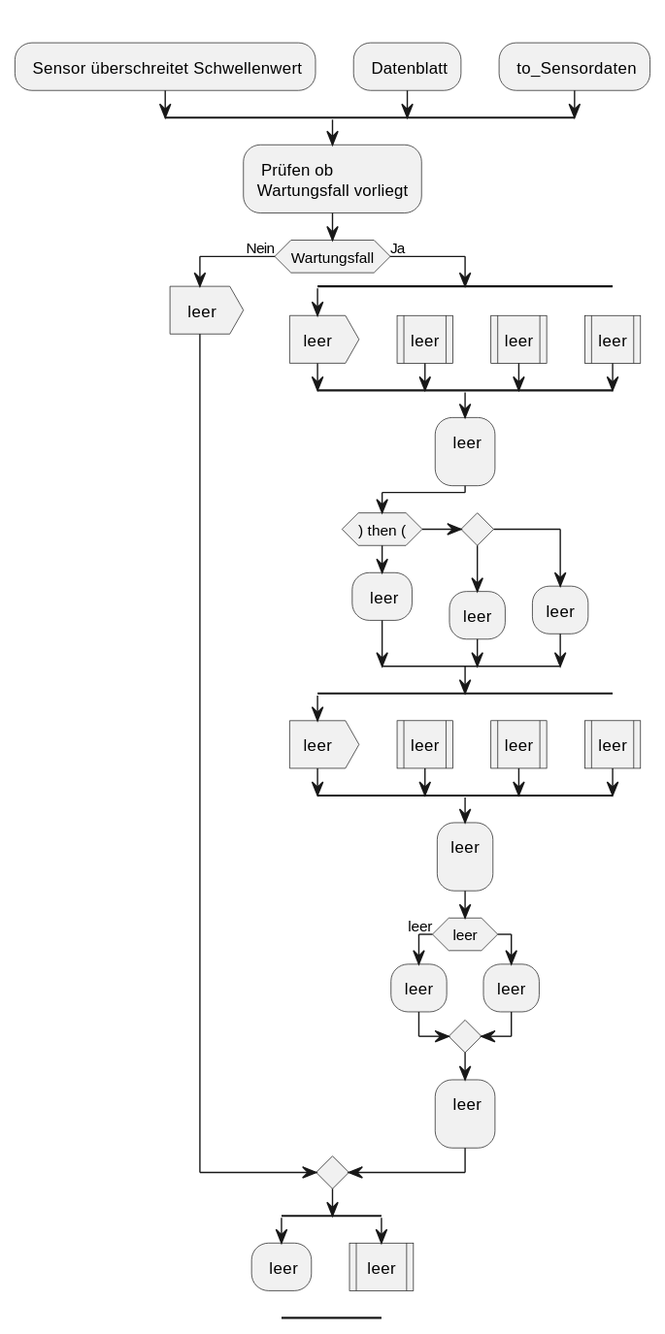
This is out/Service_Rule/Aufgabe6_ASP2_Sommer2022/name Service.svg from Martin1088/Plantuml-With-Screenreader, a PlantUML export, as it was before one commit. The source it was exported from:
```plantuml
@startuml name Service
split
    -[hidden]->
    : Sensor überschreitet Schwellenwert;
split again
    -[hidden]->
    : Datenblatt;
split again
    -[hidden]->
    : to_Sensordaten;
end split
: Prüfen ob
Wartungsfall vorliegt;
if (Wartungsfall) then (Nein)
: leer>
else (Ja)
split
:leer>
split again
    -[hidden]->
    :leer|
split again
    -[hidden]->
    :leer|
split again
-[hidden]->
    :leer|
end split
: leer
;
if () then ()
: leer;
elseif () then ()
:leer;
else ()
:leer;
endif
split
:leer>
split again
    -[hidden]->
    :leer|
split again
    -[hidden]->
    :leer|
split again
-[hidden]->
    :leer|
end split
:leer
;
if (leer) then (leer)
:leer;
else
:leer;
endif
: leer
;
endif
split
    : leer;
    -[hidden]->
split again
    : leer |
    -[hidden]->
end split

@enduml
```
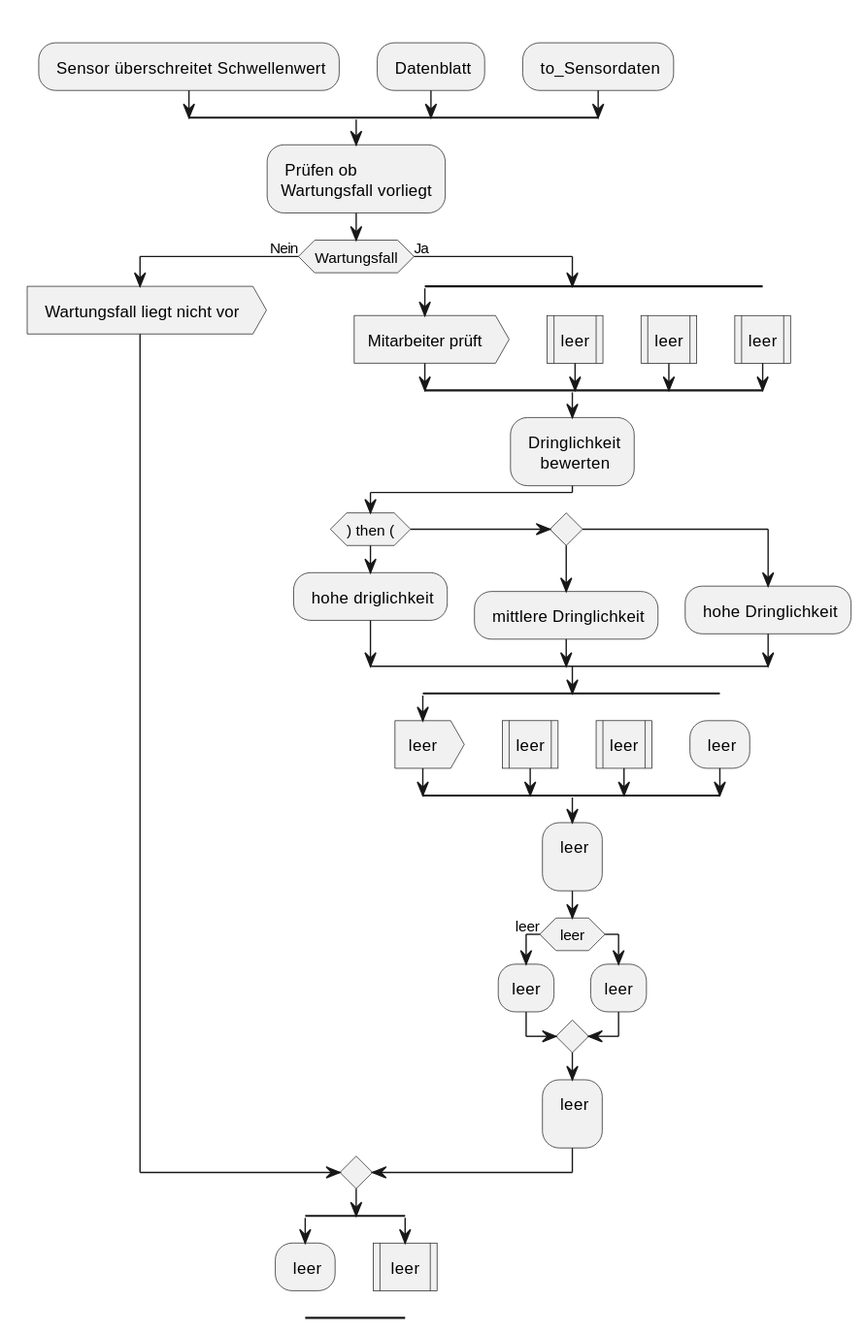
The same diagram one commit later.

The edit, as a diff of the source:
```diff
@@ -12,10 +12,10 @@
 : Prüfen ob
 Wartungsfall vorliegt;
 if (Wartungsfall) then (Nein)
-: leer>
+: Wartungsfall liegt nicht vor>
 else (Ja)
 split
-:leer>
+:Mitarbeiter prüft>
 split again
     -[hidden]->
     :leer|
@@ -26,14 +26,14 @@
 -[hidden]->
     :leer|
 end split
-: leer
-;
+: Dringlichkeit
+    bewerten;
 if () then ()
-: leer;
+: hohe driglichkeit;
 elseif () then ()
-:leer;
+: mittlere Dringlichkeit;
 else ()
-:leer;
+: hohe Dringlichkeit;
 endif
 split
 :leer>
@@ -45,9 +45,9 @@
     :leer|
 split again
 -[hidden]->
-    :leer|
+    : leer;
 end split
-:leer
+: leer
 ;
 if (leer) then (leer)
 :leer;
```
